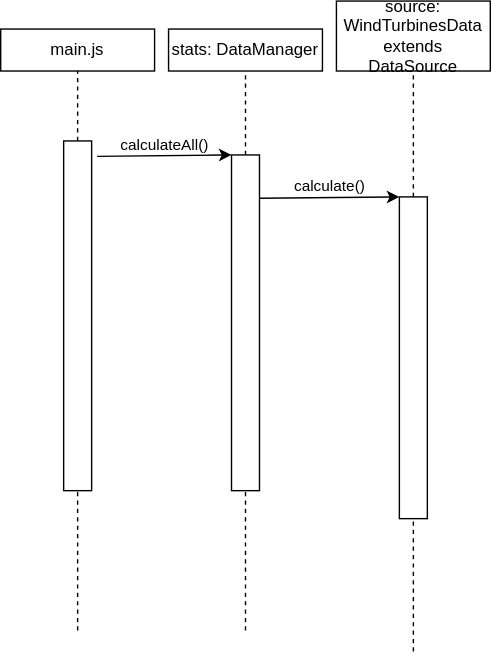
Before: docs/diagrams/Ablauf_Energie_berechnen.drawio.svg, a diagram exported from draw.io (emil282/offshore-windpark). Source tidied: cells renumbered, new cells last; positions are measured from the earlier drawing's top-left corner, leaving out a move shared by most shapes.
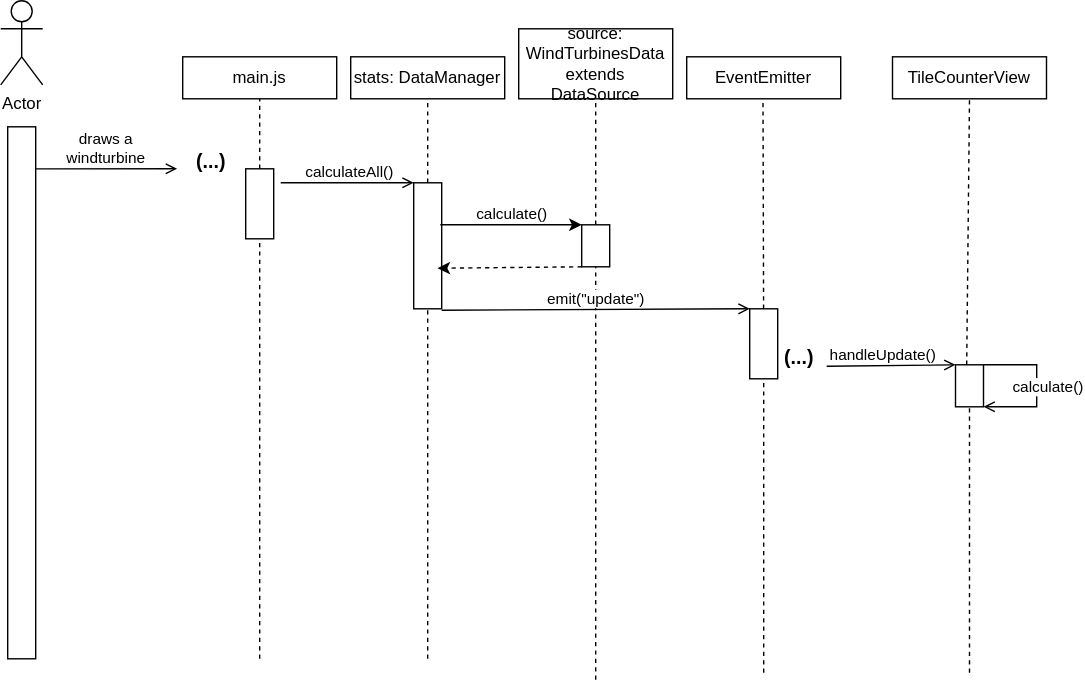
Later version of the same file.

Diff of the diagram source:
```diff
@@ -14,7 +14,7 @@
       </mxGeometry>
     </mxCell>
     <mxCell id="5" style="rounded=0;whiteSpace=wrap;html=1;" parent="1" vertex="1">
-      <mxGeometry x="45" y="100" width="20" height="250" as="geometry" />
+      <mxGeometry x="45" y="100" width="20" height="50" as="geometry" />
     </mxCell>
     <mxCell id="6" value="stats: DataManager" style="rounded=0;whiteSpace=wrap;html=1;" parent="1" vertex="1">
       <mxGeometry x="120" y="20" width="110" height="30" as="geometry" />
@@ -28,10 +28,12 @@
       </mxGeometry>
     </mxCell>
     <mxCell id="9" style="rounded=0;whiteSpace=wrap;html=1;" parent="1" vertex="1">
-      <mxGeometry x="165" y="110" width="20" height="240" as="geometry" />
+      <mxGeometry x="165" y="110" width="20" height="90" as="geometry" />
     </mxCell>
-    <mxCell id="10" style="endArrow=classic;rounded=0;exitX=1.2;exitY=0.044;exitDx=0;exitDy=0;exitPerimeter=0;entryX=0;entryY=0;entryDx=0;entryDy=0;html=1;labelPosition=center;verticalLabelPosition=middle;align=center;verticalAlign=middle;" parent="1" edge="1" source="5" target="9">
-      <mxGeometry relative="1" as="geometry" />
+    <mxCell id="10" style="endArrow=open;rounded=0;entryX=0;entryY=0;entryDx=0;entryDy=0;html=1;labelPosition=center;verticalLabelPosition=middle;align=center;verticalAlign=middle;endFill=0;" parent="1" edge="1" target="9">
+      <mxGeometry relative="1" as="geometry">
+        <mxPoint x="70" y="110" as="sourcePoint" />
+      </mxGeometry>
     </mxCell>
     <mxCell id="11" value="calculateAll()" style="edgeLabel;html=1;align=center;verticalAlign=bottom;labelPosition=center;verticalLabelPosition=top;" parent="10" vertex="1">
       <mxGeometry relative="1" as="geometry" />
@@ -42,7 +44,7 @@
     <mxCell id="13" style="endArrow=none;dashed=1;html=1;rounded=0;entryX=0.5;entryY=1;entryDx=0;entryDy=0;" parent="1" edge="1" source="17" target="12">
       <mxGeometry relative="1" as="geometry" />
     </mxCell>
-    <mxCell id="14" style="endArrow=classic;rounded=0;exitX=1;exitY=0.129;exitDx=0;exitDy=0;exitPerimeter=0;html=1;labelPosition=center;verticalLabelPosition=middle;align=center;verticalAlign=middle;entryX=0;entryY=0;entryDx=0;entryDy=0;" parent="1" edge="1" source="9" target="17">
+    <mxCell id="14" style="endArrow=classic;rounded=0;exitX=0.95;exitY=0.333;exitDx=0;exitDy=0;exitPerimeter=0;html=1;labelPosition=center;verticalLabelPosition=middle;align=center;verticalAlign=middle;entryX=0;entryY=0;entryDx=0;entryDy=0;" parent="1" edge="1" source="9" target="17">
       <mxGeometry relative="1" as="geometry" />
     </mxCell>
     <mxCell id="15" value="calculate()" style="edgeLabel;html=1;align=center;verticalAlign=bottom;labelPosition=center;verticalLabelPosition=top;" parent="14" vertex="1">
@@ -54,7 +56,94 @@
       </mxGeometry>
     </mxCell>
     <mxCell id="17" style="rounded=0;whiteSpace=wrap;html=1;" parent="1" vertex="1">
-      <mxGeometry x="285" y="140" width="20" height="230" as="geometry" />
+      <mxGeometry x="285" y="140" width="20" height="30" as="geometry" />
     </mxCell>
+    <mxCell id="18" value="Actor" style="shape=umlActor;verticalLabelPosition=bottom;verticalAlign=top;html=1;" parent="1" vertex="1">
+      <mxGeometry x="-130" y="-20" width="30" height="60" as="geometry" />
+    </mxCell>
+    <mxCell id="19" style="rounded=0;whiteSpace=wrap;html=1;" parent="1" vertex="1">
+      <mxGeometry x="-125" y="70" width="20" height="380" as="geometry" />
+    </mxCell>
+    <mxCell id="20" style="endArrow=open;rounded=0;exitX=1.2;exitY=0.079;exitDx=0;exitDy=0;exitPerimeter=0;html=1;labelPosition=center;verticalLabelPosition=middle;align=center;verticalAlign=middle;endFill=0;" parent="1" edge="1">
+      <mxGeometry relative="1" as="geometry">
+        <mxPoint x="-105" y="100" as="sourcePoint" />
+        <mxPoint x="-4" y="100" as="targetPoint" />
+      </mxGeometry>
+    </mxCell>
+    <mxCell id="21" value="draws a &lt;br&gt;windturbine" style="edgeLabel;html=1;align=center;verticalAlign=bottom;labelPosition=center;verticalLabelPosition=top;" parent="20" vertex="1">
+      <mxGeometry relative="1" as="geometry">
+        <mxPoint x="-1" as="offset" />
+      </mxGeometry>
+    </mxCell>
+    <mxCell id="22" value="&lt;b style=&quot;font-size: 14px;&quot;&gt;(&lt;font style=&quot;font-size: 14px;&quot;&gt;...)&lt;/font&gt;&lt;/b&gt;" style="text;html=1;align=center;verticalAlign=middle;strokeColor=none;fillColor=none;" parent="1" vertex="1">
+      <mxGeometry y="80" width="40" height="30" as="geometry" />
+    </mxCell>
+    <mxCell id="23" style="endArrow=classic;html=1;rounded=0;exitX=0;exitY=1;exitDx=0;exitDy=0;entryX=0.85;entryY=0.678;entryDx=0;entryDy=0;dashed=1;entryPerimeter=0;" parent="1" edge="1" source="17" target="9">
+      <mxGeometry relative="1" as="geometry" />
+    </mxCell>
+    <mxCell id="24" value="EventEmitter" style="rounded=0;whiteSpace=wrap;html=1;" parent="1" vertex="1">
+      <mxGeometry x="360" y="20" width="110" height="30" as="geometry" />
+    </mxCell>
+    <mxCell id="25" style="endArrow=none;dashed=1;html=1;rounded=0;entryX=0.5;entryY=1;entryDx=0;entryDy=0;" parent="1" edge="1" source="27">
+      <mxGeometry relative="1" as="geometry">
+        <mxPoint x="414.5" y="50" as="targetPoint" />
+      </mxGeometry>
+    </mxCell>
+    <mxCell id="26" style="endArrow=none;dashed=1;html=1;rounded=0;entryX=0.5;entryY=1;entryDx=0;entryDy=0;" parent="1" edge="1" target="27">
+      <mxGeometry relative="1" as="geometry">
+        <mxPoint x="415" y="460" as="sourcePoint" />
+      </mxGeometry>
+    </mxCell>
+    <mxCell id="27" style="rounded=0;whiteSpace=wrap;html=1;" parent="1" vertex="1">
+      <mxGeometry x="405" y="200" width="20" height="50" as="geometry" />
+    </mxCell>
+    <mxCell id="28" style="endArrow=open;rounded=0;exitX=1;exitY=0.129;exitDx=0;exitDy=0;exitPerimeter=0;html=1;labelPosition=center;verticalLabelPosition=middle;align=center;verticalAlign=middle;entryX=0;entryY=0;entryDx=0;entryDy=0;endFill=0;" parent="1" edge="1" target="27">
+      <mxGeometry relative="1" as="geometry">
+        <mxPoint x="185" y="201" as="sourcePoint" />
+      </mxGeometry>
+    </mxCell>
+    <mxCell id="29" value="emit(&quot;update&quot;)" style="edgeLabel;html=1;align=center;verticalAlign=bottom;labelPosition=center;verticalLabelPosition=top;" parent="28" vertex="1">
+      <mxGeometry relative="1" as="geometry" />
+    </mxCell>
+    <mxCell id="30" value="TileCounterView" style="rounded=0;whiteSpace=wrap;html=1;" parent="1" vertex="1">
+      <mxGeometry x="507" y="20" width="110" height="30" as="geometry" />
+    </mxCell>
+    <mxCell id="31" style="endArrow=none;dashed=1;html=1;rounded=0;entryX=0.5;entryY=1;entryDx=0;entryDy=0;" parent="1" edge="1" target="30">
+      <mxGeometry relative="1" as="geometry">
+        <mxPoint x="560" y="240" as="sourcePoint" />
+      </mxGeometry>
+    </mxCell>
+    <mxCell id="32" style="endArrow=none;dashed=1;html=1;rounded=0;entryX=0.5;entryY=1;entryDx=0;entryDy=0;" parent="1" edge="1" target="33">
+      <mxGeometry relative="1" as="geometry">
+        <mxPoint x="562" y="460" as="sourcePoint" />
+      </mxGeometry>
+    </mxCell>
+    <mxCell id="33" style="rounded=0;whiteSpace=wrap;html=1;" parent="1" vertex="1">
+      <mxGeometry x="552" y="240" width="20" height="30" as="geometry" />
+    </mxCell>
+    <mxCell id="34" value="&lt;b style=&quot;font-size: 14px;&quot;&gt;(&lt;font style=&quot;font-size: 14px;&quot;&gt;...)&lt;/font&gt;&lt;/b&gt;" style="text;html=1;align=center;verticalAlign=middle;points=[];strokeColor=none;fillColor=none;" parent="1" vertex="1">
+      <mxGeometry x="420" y="220" width="40" height="30" as="geometry" />
+    </mxCell>
+    <mxCell id="35" style="endArrow=open;rounded=0;exitX=1;exitY=0.7;exitDx=0;exitDy=0;exitPerimeter=0;html=1;labelPosition=center;verticalLabelPosition=middle;align=center;verticalAlign=middle;entryX=0;entryY=0;entryDx=0;entryDy=0;endFill=0;" parent="1" edge="1" source="34" target="33">
+      <mxGeometry relative="1" as="geometry" />
+    </mxCell>
+    <mxCell id="36" value="handleUpdate()" style="edgeLabel;html=1;align=center;verticalAlign=bottom;labelPosition=center;verticalLabelPosition=top;" parent="35" vertex="1">
+      <mxGeometry relative="1" as="geometry">
+        <mxPoint x="-6" as="offset" />
+      </mxGeometry>
+    </mxCell>
+    <mxCell id="37" style="endArrow=open;html=1;rounded=0;exitX=1;exitY=0;exitDx=0;exitDy=0;elbow=vertical;entryX=1;entryY=1;entryDx=0;entryDy=0;endFill=0;" parent="1" edge="1" source="33" target="33">
+      <mxGeometry relative="1" as="geometry">
+        <Array as="points">
+          <mxPoint x="610" y="240" />
+          <mxPoint x="610" y="270" />
+        </Array>
+      </mxGeometry>
+    </mxCell>
+    <mxCell id="38" value="calculate()" style="edgeLabel;html=1;align=center;verticalAlign=middle;" parent="37" vertex="1">
+      <mxGeometry relative="1" as="geometry">
+        <mxPoint x="7" as="offset" />
+      </mxGeometry>
+    </mxCell>
   </root>
 </mxGraphModel>
```
